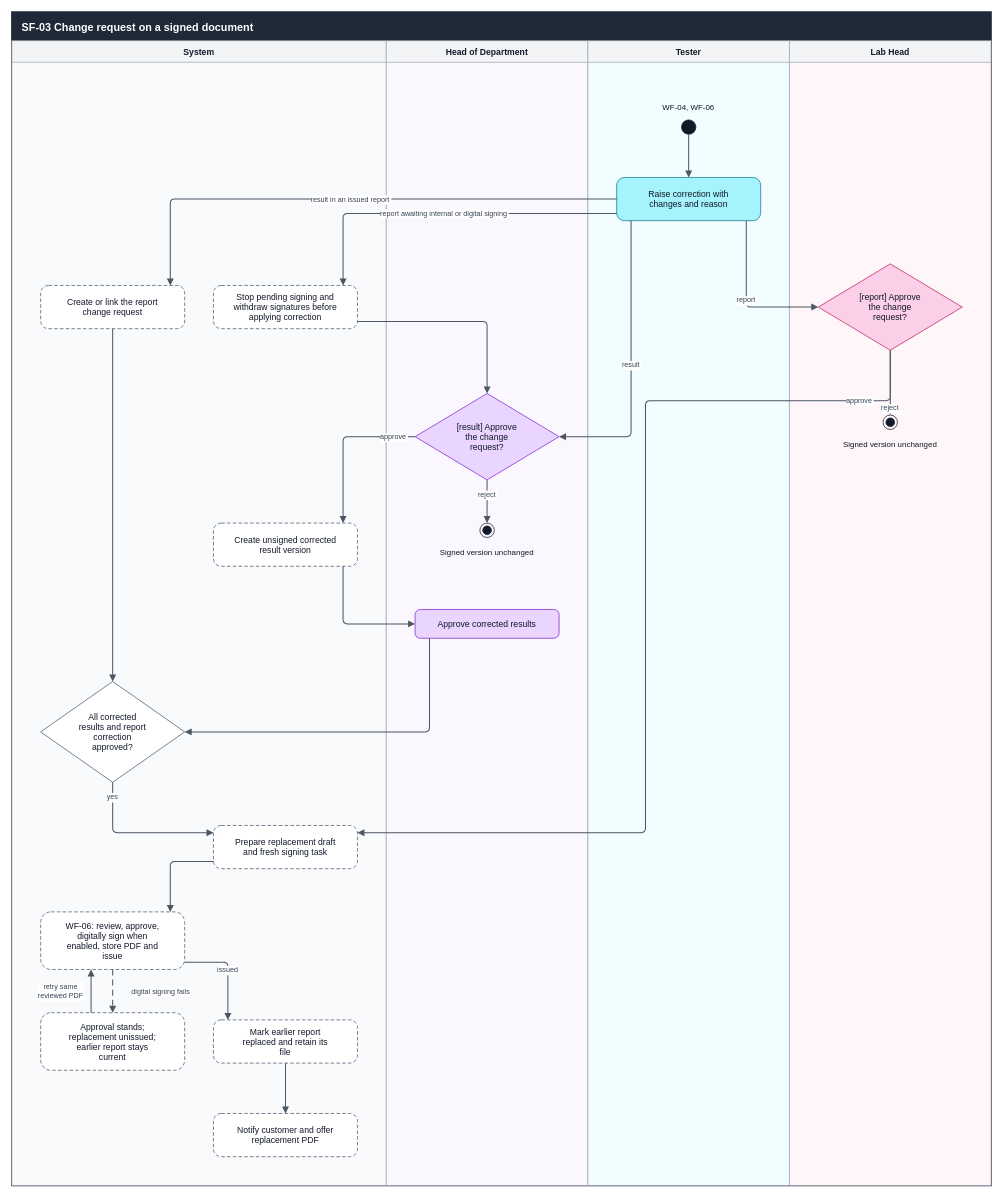
Above: docs/reports/activity-diagram/final/Supporting flows/SF-03 Change request on a signed document.drawio in SoltuneMontepre/medilab (draw.io), before the change. Source tidied: cells renumbered, new cells numbered last; positions are measured from the earlier drawing's top-left corner, leaving out a move shared by most shapes. Both pictures are drawn from the tidied source at 72%, with x=0, y=0 at pixel (12, 12).
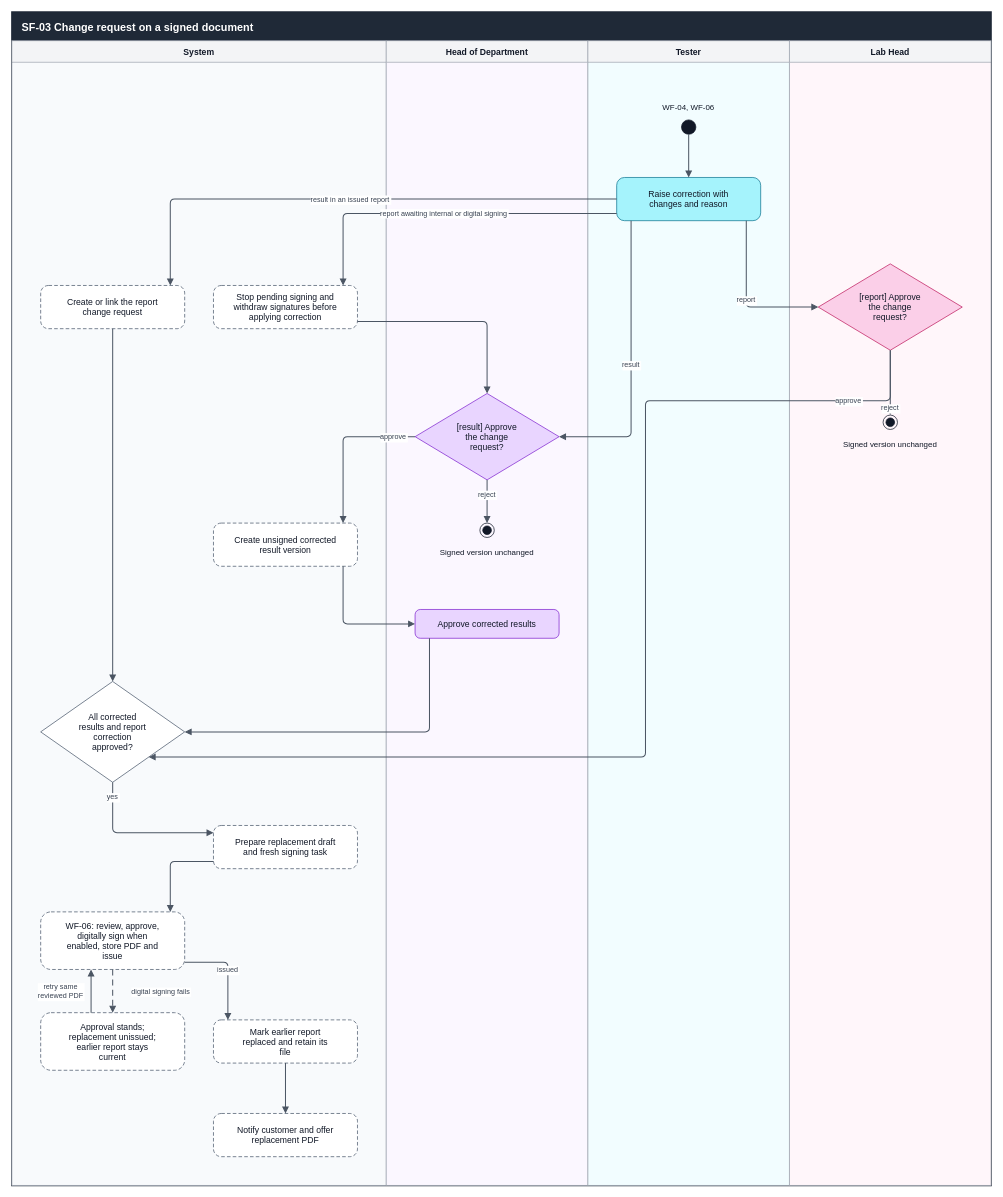
The same page after the edit.

The change refers to these unchanged cells:
```xml
<mxCell id="2" value="SF-03 Change request on a signed document" style="swimlane;startSize=40;html=0;fillColor=#1F2937;fontColor=#FFFFFF;strokeColor=#1F2937;strokeWidth=2;swimlaneFillColor=#FFFFFF;fontStyle=1;fontSize=15;fontFamily=Helvetica;align=left;spacingLeft=12;" parent="1" vertex="1">
  <mxGeometry width="1360" height="1630" as="geometry" />
</mxCell>
<mxCell id="10" value="[report] Approve&#10;the change&#10;request?" style="rhombus;spacingLeft=38;spacingRight=38;html=0;fontSize=12;fontFamily=Helvetica;fontColor=#111827;fillColor=#FBCFE8;strokeColor=#BE185D;" parent="2" vertex="1">
  <mxGeometry x="1120" y="350" width="200" height="120" as="geometry" />
</mxCell>
<mxCell id="16" value="All corrected&#10;results and report&#10;correction&#10;approved?" style="rhombus;spacingLeft=38;spacingRight=38;html=0;fontSize=12;fontFamily=Helvetica;fontColor=#111827;fillColor=#FFFFFF;strokeColor=#475569;" parent="2" vertex="1">
  <mxGeometry x="40" y="930" width="200" height="140" as="geometry" />
</mxCell>
<mxCell id="17" value="Prepare replacement draft&#10;and fresh signing task" style="rounded=1;arcSize=18;dashed=1;dashPattern=5 3;html=0;fontSize=12;fontFamily=Helvetica;fontColor=#111827;fillColor=#FFFFFF;strokeColor=#475569;" parent="2" vertex="1">
  <mxGeometry x="280" y="1130" width="200" height="60" as="geometry" />
</mxCell>
```

Diff of the diagram source:
```diff
@@
-    <mxCell id="38" value="approve" style="edgeStyle=none;rounded=1;arcSize=12;html=0;endArrow=block;endFill=1;endSize=6;strokeColor=#4B5563;strokeWidth=1.4;exitX=0.50000;exitY=1.00000;exitDx=0;exitDy=0;exitPerimeter=0;entryX=1.00000;entryY=0.16667;entryDx=0;entryDy=0;entryPerimeter=0;fontSize=10;fontFamily=Helvetica;fontColor=#374151;labelBackgroundColor=#FFFFFF;" parent="2" edge="1" source="10" target="17">
+    <mxCell id="38" value="approve" style="edgeStyle=none;rounded=1;arcSize=12;html=0;endArrow=block;endFill=1;endSize=6;strokeColor=#4B5563;strokeWidth=1.4;exitX=0.50000;exitY=1.00000;exitDx=0;exitDy=0;exitPerimeter=0;entryX=0.75000;entryY=0.75000;entryDx=0;entryDy=0;entryPerimeter=0;fontSize=10;fontFamily=Helvetica;fontColor=#374151;labelBackgroundColor=#FFFFFF;" parent="2" edge="1" source="10" target="16">
       <mxGeometry x="-0.84" relative="1" as="geometry">
         <Array as="points">
           <mxPoint x="1220" y="540" />
           <mxPoint x="880" y="540" />
-          <mxPoint x="880" y="1140" />
+          <mxPoint x="880" y="1035" />
         </Array>
       </mxGeometry>
     </mxCell>
```
